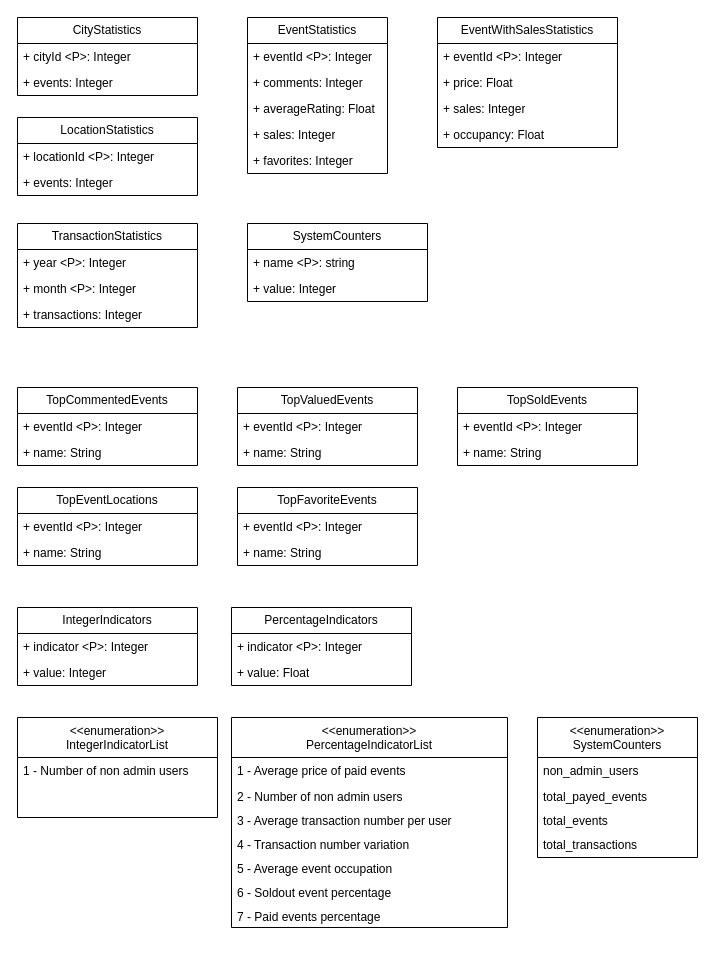
The draw.io diagram diagrams/conceptual-diagram-statistics.drawio in danielpilot/event-database, before the edit. Source tidied: cells renumbered, new cells numbered last; positions are measured from the earlier drawing's top-left corner, leaving out a move shared by most shapes. Both pictures are drawn from the tidied source at 100%, with x=0, y=0 at pixel (17, 17).
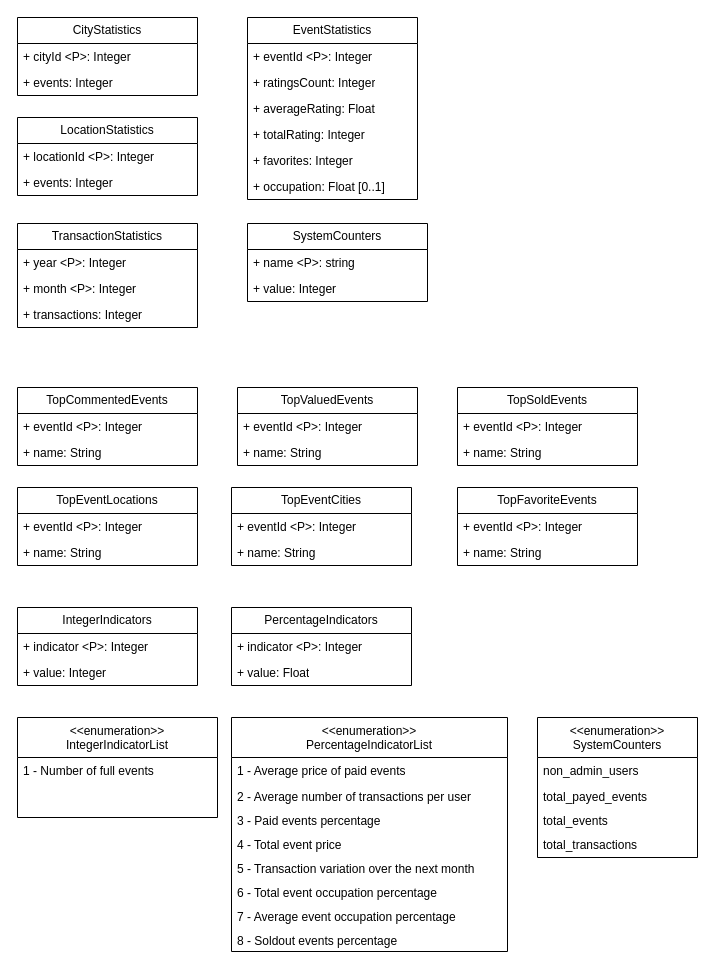
The same page after the edit.

Commit message:
Update conceptual diagram for statistics

Unchanged cells that the change refers to:
```xml
<mxCell id="47" value="&lt;&lt;enumeration&gt;&gt;&#10;IntegerIndicatorList&#10;" style="swimlane;fontStyle=0;align=center;verticalAlign=top;horizontal=1;startSize=40;rounded=0;shadow=0;strokeWidth=1;" parent="1" vertex="1">
  <mxGeometry y="700" width="200" height="100" as="geometry" />
</mxCell>
```

What changed in the source:
```diff
@@
     <mxCell id="2" value="EventStatistics" style="swimlane;fontStyle=0;horizontal=1;startSize=26;fillColor=none;whiteSpace=wrap;html=1;" parent="1" vertex="1">
-      <mxGeometry x="230" width="140" height="156" as="geometry" />
+      <mxGeometry x="230" width="170" height="182" as="geometry" />
     </mxCell>
     <mxCell id="3" value="+ eventId &amp;lt;P&amp;gt;: Integer" style="text;strokeColor=none;fillColor=none;align=left;verticalAlign=top;spacingLeft=4;spacingRight=4;overflow=hidden;whiteSpace=wrap;html=1;" parent="2" vertex="1">
-      <mxGeometry y="26" width="140" height="26" as="geometry" />
+      <mxGeometry y="26" width="170" height="26" as="geometry" />
     </mxCell>
-    <mxCell id="4" value="+ comments: Integer" style="text;strokeColor=none;fillColor=none;align=left;verticalAlign=top;spacingLeft=4;spacingRight=4;overflow=hidden;whiteSpace=wrap;html=1;" parent="2" vertex="1">
-      <mxGeometry y="52" width="140" height="26" as="geometry" />
+    <mxCell id="4" value="+ ratingsCount: Integer" style="text;strokeColor=none;fillColor=none;align=left;verticalAlign=top;spacingLeft=4;spacingRight=4;overflow=hidden;whiteSpace=wrap;html=1;" parent="2" vertex="1">
+      <mxGeometry y="52" width="170" height="26" as="geometry" />
     </mxCell>
     <mxCell id="5" value="+ averageRating: Float" style="text;strokeColor=none;fillColor=none;align=left;verticalAlign=top;spacingLeft=4;spacingRight=4;overflow=hidden;whiteSpace=wrap;html=1;" parent="2" vertex="1">
-      <mxGeometry y="78" width="140" height="26" as="geometry" />
+      <mxGeometry y="78" width="170" height="26" as="geometry" />
     </mxCell>
+    <mxCell id="62" value="+ totalRating: Integer" style="text;strokeColor=none;fillColor=none;align=left;verticalAlign=top;spacingLeft=4;spacingRight=4;overflow=hidden;whiteSpace=wrap;html=1;" parent="2" vertex="1">
+      <mxGeometry y="104" width="170" height="26" as="geometry" />
+    </mxCell>
+    <mxCell id="7" value="+ favorites: Integer" style="text;strokeColor=none;fillColor=none;align=left;verticalAlign=top;spacingLeft=4;spacingRight=4;overflow=hidden;whiteSpace=wrap;html=1;" parent="2" vertex="1">
+      <mxGeometry y="130" width="170" height="26" as="geometry" />
+    </mxCell>
-    <mxCell id="6" value="+ sales: Integer" style="text;strokeColor=none;fillColor=none;align=left;verticalAlign=top;spacingLeft=4;spacingRight=4;overflow=hidden;whiteSpace=wrap;html=1;" parent="2" vertex="1">
-      <mxGeometry y="104" width="140" height="26" as="geometry" />
+    <mxCell id="6" value="+ occupation: Float [0..1]" style="text;strokeColor=none;fillColor=none;align=left;verticalAlign=top;spacingLeft=4;spacingRight=4;overflow=hidden;whiteSpace=wrap;html=1;" parent="2" vertex="1">
+      <mxGeometry y="156" width="170" height="26" as="geometry" />
     </mxCell>
-    <mxCell id="7" value="+ favorites: Integer" style="text;strokeColor=none;fillColor=none;align=left;verticalAlign=top;spacingLeft=4;spacingRight=4;overflow=hidden;whiteSpace=wrap;html=1;" parent="2" vertex="1">
-      <mxGeometry y="130" width="140" height="26" as="geometry" />
-    </mxCell>
-    <mxCell id="8" value="EventWithSalesStatistics" style="swimlane;fontStyle=0;horizontal=1;startSize=26;fillColor=none;whiteSpace=wrap;html=1;" parent="1" vertex="1">
-      <mxGeometry x="420" width="180" height="130" as="geometry" />
-    </mxCell>
-    <mxCell id="9" value="+ eventId &amp;lt;P&amp;gt;: Integer" style="text;strokeColor=none;fillColor=none;align=left;verticalAlign=top;spacingLeft=4;spacingRight=4;overflow=hidden;whiteSpace=wrap;html=1;" parent="8" vertex="1">
-      <mxGeometry y="26" width="180" height="26" as="geometry" />
-    </mxCell>
-    <mxCell id="10" value="+ price: Float" style="text;strokeColor=none;fillColor=none;align=left;verticalAlign=top;spacingLeft=4;spacingRight=4;overflow=hidden;whiteSpace=wrap;html=1;" parent="8" vertex="1">
-      <mxGeometry y="52" width="180" height="26" as="geometry" />
-    </mxCell>
-    <mxCell id="11" value="+ sales: Integer" style="text;strokeColor=none;fillColor=none;align=left;verticalAlign=top;spacingLeft=4;spacingRight=4;overflow=hidden;whiteSpace=wrap;html=1;" parent="8" vertex="1">
-      <mxGeometry y="78" width="180" height="26" as="geometry" />
-    </mxCell>
-    <mxCell id="12" value="+ occupancy: Float" style="text;strokeColor=none;fillColor=none;align=left;verticalAlign=top;spacingLeft=4;spacingRight=4;overflow=hidden;whiteSpace=wrap;html=1;" parent="8" vertex="1">
-      <mxGeometry y="104" width="180" height="26" as="geometry" />
-    </mxCell>
@@
     <mxCell id="38" value="TopFavoriteEvents" style="swimlane;fontStyle=0;horizontal=1;startSize=26;fillColor=none;whiteSpace=wrap;html=1;" parent="1" vertex="1">
-      <mxGeometry x="220" y="470" width="180" height="78" as="geometry" />
+      <mxGeometry x="440" y="470" width="180" height="78" as="geometry" />
     </mxCell>
@@
-    <mxCell id="48" value="1 - Number of non admin users " style="text;align=left;verticalAlign=top;spacingLeft=4;spacingRight=4;overflow=hidden;rounded=0;shadow=0;html=0;" parent="47" vertex="1">
+    <mxCell id="48" value="1 - Number of full events " style="text;align=left;verticalAlign=top;spacingLeft=4;spacingRight=4;overflow=hidden;rounded=0;shadow=0;html=0;" parent="47" vertex="1">
       <mxGeometry y="40" width="200" height="24" as="geometry" />
     </mxCell>
     <mxCell id="49" value="&lt;&lt;enumeration&gt;&gt;&#10;PercentageIndicatorList&#10;" style="swimlane;fontStyle=0;align=center;verticalAlign=top;horizontal=1;startSize=40;rounded=0;shadow=0;strokeWidth=1;" parent="1" vertex="1">
-      <mxGeometry x="214" y="700" width="276" height="210" as="geometry" />
+      <mxGeometry x="214" y="700" width="276" height="234" as="geometry" />
     </mxCell>
@@
-    <mxCell id="51" value="2 - Number of non admin users " style="text;align=left;verticalAlign=top;spacingLeft=4;spacingRight=4;overflow=hidden;rounded=0;shadow=0;html=0;" parent="49" vertex="1">
+    <mxCell id="51" value="2 - Average number of transactions per user " style="text;align=left;verticalAlign=top;spacingLeft=4;spacingRight=4;overflow=hidden;rounded=0;shadow=0;html=0;" parent="49" vertex="1">
       <mxGeometry y="66" width="276" height="24" as="geometry" />
     </mxCell>
-    <mxCell id="52" value="3 - Average transaction number per user " style="text;align=left;verticalAlign=top;spacingLeft=4;spacingRight=4;overflow=hidden;rounded=0;shadow=0;html=0;" parent="49" vertex="1">
+    <mxCell id="52" value="3 - Paid events percentage " style="text;align=left;verticalAlign=top;spacingLeft=4;spacingRight=4;overflow=hidden;rounded=0;shadow=0;html=0;" parent="49" vertex="1">
       <mxGeometry y="90" width="276" height="24" as="geometry" />
     </mxCell>
-    <mxCell id="53" value="4 - Transaction number variation " style="text;align=left;verticalAlign=top;spacingLeft=4;spacingRight=4;overflow=hidden;rounded=0;shadow=0;html=0;" parent="49" vertex="1">
+    <mxCell id="53" value="4 - Total event price " style="text;align=left;verticalAlign=top;spacingLeft=4;spacingRight=4;overflow=hidden;rounded=0;shadow=0;html=0;" parent="49" vertex="1">
       <mxGeometry y="114" width="276" height="24" as="geometry" />
     </mxCell>
-    <mxCell id="54" value="5 - Average event occupation " style="text;align=left;verticalAlign=top;spacingLeft=4;spacingRight=4;overflow=hidden;rounded=0;shadow=0;html=0;" parent="49" vertex="1">
+    <mxCell id="54" value="5 - Transaction variation over the next month " style="text;align=left;verticalAlign=top;spacingLeft=4;spacingRight=4;overflow=hidden;rounded=0;shadow=0;html=0;" parent="49" vertex="1">
       <mxGeometry y="138" width="276" height="24" as="geometry" />
     </mxCell>
-    <mxCell id="55" value="6 - Soldout event percentage" style="text;align=left;verticalAlign=top;spacingLeft=4;spacingRight=4;overflow=hidden;rounded=0;shadow=0;html=0;" parent="49" vertex="1">
+    <mxCell id="55" value="6 - Total event occupation percentage" style="text;align=left;verticalAlign=top;spacingLeft=4;spacingRight=4;overflow=hidden;rounded=0;shadow=0;html=0;" parent="49" vertex="1">
       <mxGeometry y="162" width="276" height="24" as="geometry" />
     </mxCell>
+    <mxCell id="63" value="7 - Average event occupation percentage" style="text;align=left;verticalAlign=top;spacingLeft=4;spacingRight=4;overflow=hidden;rounded=0;shadow=0;html=0;" parent="49" vertex="1">
+      <mxGeometry y="186" width="276" height="24" as="geometry" />
+    </mxCell>
-    <mxCell id="56" value="7 - Paid events percentage" style="text;align=left;verticalAlign=top;spacingLeft=4;spacingRight=4;overflow=hidden;rounded=0;shadow=0;html=0;" parent="49" vertex="1">
-      <mxGeometry y="186" width="276" height="24" as="geometry" />
+    <mxCell id="56" value="8 - Soldout events percentage" style="text;align=left;verticalAlign=top;spacingLeft=4;spacingRight=4;overflow=hidden;rounded=0;shadow=0;html=0;" parent="49" vertex="1">
+      <mxGeometry y="210" width="276" height="24" as="geometry" />
     </mxCell>
@@
+    <mxCell id="64" value="TopEventCities" style="swimlane;fontStyle=0;horizontal=1;startSize=26;fillColor=none;whiteSpace=wrap;html=1;" parent="1" vertex="1">
+      <mxGeometry x="214" y="470" width="180" height="78" as="geometry" />
+    </mxCell>
+    <mxCell id="9" value="+ eventId  &amp;lt;P&amp;gt;: Integer" style="text;strokeColor=none;fillColor=none;align=left;verticalAlign=top;spacingLeft=4;spacingRight=4;overflow=hidden;whiteSpace=wrap;html=1;" parent="64" vertex="1">
+      <mxGeometry y="26" width="180" height="26" as="geometry" />
+    </mxCell>
+    <mxCell id="65" value="+ name: String" style="text;strokeColor=none;fillColor=none;align=left;verticalAlign=top;spacingLeft=4;spacingRight=4;overflow=hidden;whiteSpace=wrap;html=1;" parent="64" vertex="1">
+      <mxGeometry y="52" width="180" height="26" as="geometry" />
+    </mxCell>
```
